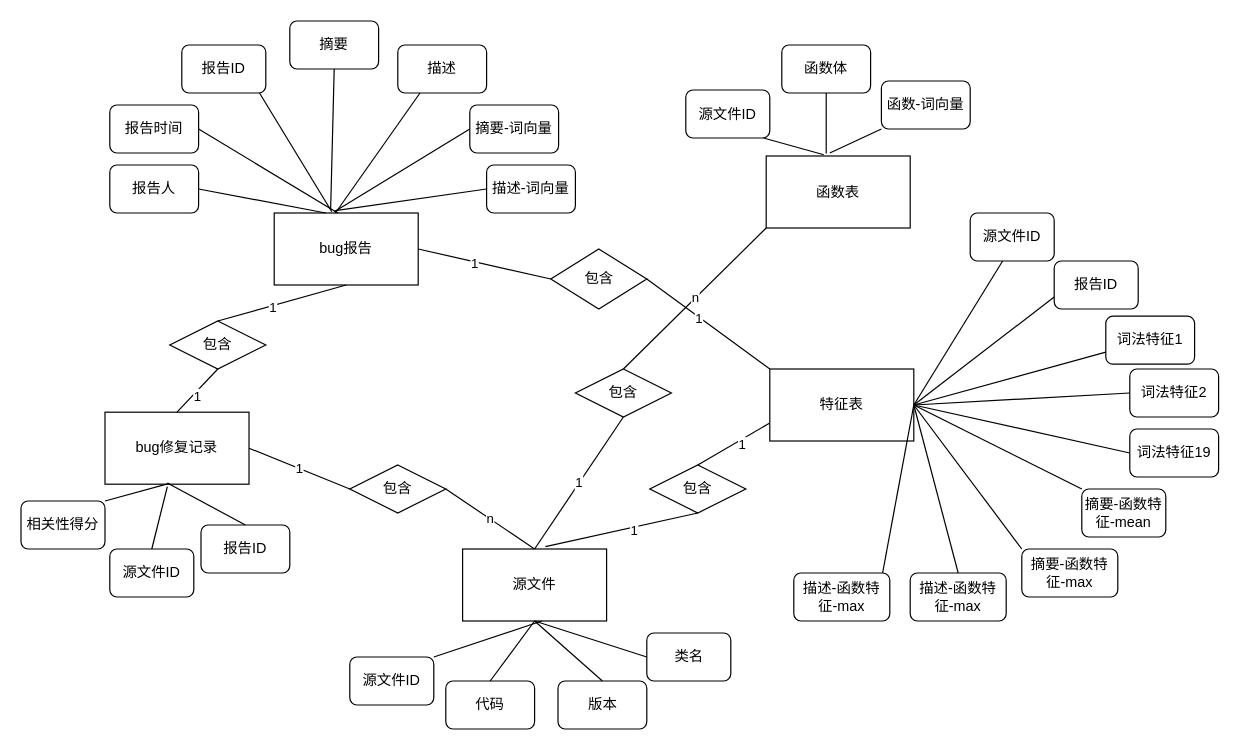
This is E-R.drawio from hangdj/BERT-PLI-IJCAI2020, a draw.io file, before an edit. Source tidied: cells renumbered, new cells numbered last; positions are measured from the earlier drawing's top-left corner, leaving out a move shared by most shapes. Both pictures are drawn from the tidied source at 120%, with x=0, y=0 at pixel (20, 20).
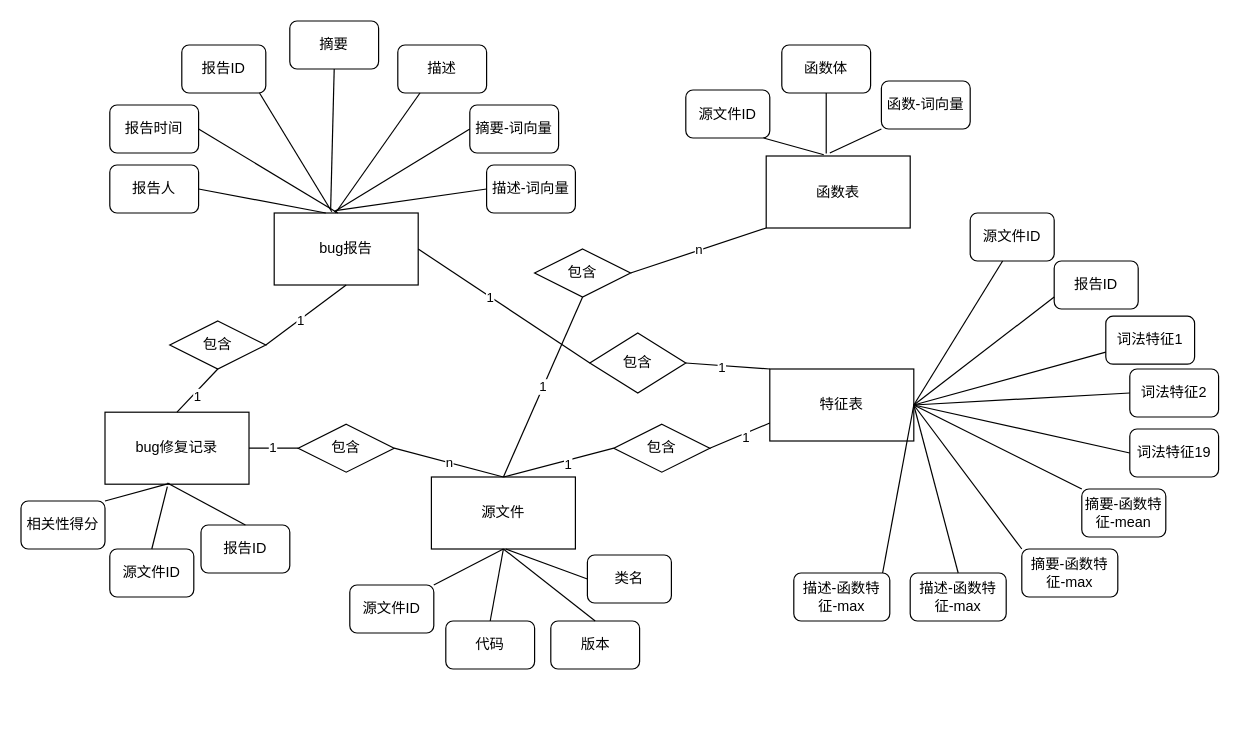
The same page after the edit.

The change refers to these unchanged cells:
```xml
<mxCell id="2" value="bug报告" style="rounded=0;whiteSpace=wrap;html=1;" parent="1" vertex="1">
  <mxGeometry x="211" y="160" width="120" height="60" as="geometry" />
</mxCell>
<mxCell id="19" value="函数表" style="rounded=0;whiteSpace=wrap;html=1;" parent="1" vertex="1">
  <mxGeometry x="621" y="112.5" width="120" height="60" as="geometry" />
</mxCell>
<mxCell id="24" value="特征表" style="rounded=0;whiteSpace=wrap;html=1;" parent="1" vertex="1">
  <mxGeometry x="624" y="290" width="120" height="60" as="geometry" />
</mxCell>
<mxCell id="53" value="包含" style="rhombus;whiteSpace=wrap;html=1;" parent="1" vertex="1">
  <mxGeometry x="124" y="250" width="80" height="40" as="geometry" />
</mxCell>
```

Change to the diagram source:
```diff
@@
     <mxCell id="9" value="源文件" style="rounded=0;whiteSpace=wrap;html=1;" parent="1" vertex="1">
-      <mxGeometry x="368" y="440" width="120" height="60" as="geometry" />
+      <mxGeometry x="342" y="380" width="120" height="60" as="geometry" />
     </mxCell>
     <mxCell id="10" value="源文件ID" style="rounded=1;whiteSpace=wrap;html=1;" parent="1" vertex="1">
-      <mxGeometry x="274" y="530" width="70" height="40" as="geometry" />
+      <mxGeometry x="274" y="470" width="70" height="40" as="geometry" />
     </mxCell>
     <mxCell id="11" value="代码" style="rounded=1;whiteSpace=wrap;html=1;" parent="1" vertex="1">
-      <mxGeometry x="354" y="550" width="74" height="40" as="geometry" />
+      <mxGeometry x="354" y="500" width="74" height="40" as="geometry" />
     </mxCell>
-    <mxCell id="12" style="endArrow=none;html=1;rounded=0;exitX=1;exitY=0;exitDx=0;exitDy=0;" parent="1" edge="1" source="10">
-      <mxGeometry relative="1" as="geometry">
-        <mxPoint x="434" y="500" as="targetPoint" />
-      </mxGeometry>
+    <mxCell id="12" style="endArrow=none;html=1;rounded=0;exitX=1;exitY=0;exitDx=0;exitDy=0;entryX=0.5;entryY=1;entryDx=0;entryDy=0;" parent="1" edge="1" source="10" target="9">
+      <mxGeometry relative="1" as="geometry" />
     </mxCell>
@@
     <mxCell id="30" value="版本" style="rounded=1;whiteSpace=wrap;html=1;" parent="1" vertex="1">
-      <mxGeometry x="447.5" y="550" width="74" height="40" as="geometry" />
+      <mxGeometry x="441.5" y="500" width="74" height="40" as="geometry" />
     </mxCell>
@@
     <mxCell id="38" value="类名" style="rounded=1;whiteSpace=wrap;html=1;" parent="1" vertex="1">
-      <mxGeometry x="521.5" y="510" width="70" height="40" as="geometry" />
+      <mxGeometry x="472" y="445" width="70" height="40" as="geometry" />
     </mxCell>
@@
     <mxCell id="46" style="endArrow=none;html=1;rounded=0;entryX=0;entryY=0.5;entryDx=0;entryDy=0;" parent="1" edge="1" target="38">
       <mxGeometry relative="1" as="geometry">
-        <mxPoint x="428" y="500" as="sourcePoint" />
+        <mxPoint x="404" y="440" as="sourcePoint" />
       </mxGeometry>
     </mxCell>
@@
     <mxCell id="50" value="包含" style="rhombus;whiteSpace=wrap;html=1;" parent="1" vertex="1">
-      <mxGeometry x="524" y="370" width="80" height="40" as="geometry" />
+      <mxGeometry x="494" y="336" width="80" height="40" as="geometry" />
     </mxCell>
-    <mxCell id="51" style="endArrow=none;html=1;rounded=0;entryX=0.5;entryY=1;entryDx=0;entryDy=0;exitX=0.575;exitY=-0.033;exitDx=0;exitDy=0;exitPerimeter=0;" parent="1" edge="1" source="9" target="50">
-      <mxGeometry relative="1" as="geometry" />
+    <mxCell id="51" style="endArrow=none;html=1;rounded=0;entryX=0;entryY=0.5;entryDx=0;entryDy=0;" parent="1" edge="1" target="50">
+      <mxGeometry relative="1" as="geometry">
+        <mxPoint x="402" y="380" as="sourcePoint" />
+      </mxGeometry>
     </mxCell>
@@
-    <mxCell id="54" style="endArrow=none;html=1;rounded=0;exitX=0.5;exitY=1;exitDx=0;exitDy=0;entryX=0.5;entryY=0;entryDx=0;entryDy=0;" parent="1" edge="1" source="2" target="53">
+    <mxCell id="54" style="endArrow=none;html=1;rounded=0;exitX=0.5;exitY=1;exitDx=0;exitDy=0;entryX=1;entryY=0.5;entryDx=0;entryDy=0;" parent="1" edge="1" source="2" target="53">
       <mxGeometry relative="1" as="geometry" />
     </mxCell>
@@
     <mxCell id="56" value="包含" style="rhombus;whiteSpace=wrap;html=1;" parent="1" vertex="1">
-      <mxGeometry x="274" y="370" width="80" height="40" as="geometry" />
+      <mxGeometry x="231" y="336" width="80" height="40" as="geometry" />
     </mxCell>
@@
-    <mxCell id="71" style="endArrow=none;html=1;rounded=0;entryX=0;entryY=0.75;entryDx=0;entryDy=0;exitX=0.5;exitY=0;exitDx=0;exitDy=0;" parent="1" edge="1" source="50" target="24">
+    <mxCell id="71" style="endArrow=none;html=1;rounded=0;entryX=0;entryY=0.75;entryDx=0;entryDy=0;exitX=1;exitY=0.5;exitDx=0;exitDy=0;" parent="1" edge="1" source="50" target="24">
       <mxGeometry relative="1" as="geometry" />
     </mxCell>
@@
     <mxCell id="73" value="包含" style="rhombus;whiteSpace=wrap;html=1;" parent="1" vertex="1">
-      <mxGeometry x="462" y="290" width="80" height="40" as="geometry" />
+      <mxGeometry x="428" y="190" width="80" height="40" as="geometry" />
     </mxCell>
-    <mxCell id="74" value="n" style="endArrow=none;html=1;rounded=0;entryX=0;entryY=1;entryDx=0;entryDy=0;exitX=0.5;exitY=0;exitDx=0;exitDy=0;" parent="1" edge="1" source="73" target="19">
+    <mxCell id="74" value="n" style="endArrow=none;html=1;rounded=0;entryX=0;entryY=1;entryDx=0;entryDy=0;exitX=1;exitY=0.5;exitDx=0;exitDy=0;" parent="1" edge="1" source="73" target="19">
       <mxGeometry relative="1" as="geometry" />
     </mxCell>
@@
     <mxCell id="76" value="包含" style="rhombus;whiteSpace=wrap;html=1;" parent="1" vertex="1">
-      <mxGeometry x="441.5" y="190" width="80" height="50" as="geometry" />
+      <mxGeometry x="474" y="260" width="80" height="50" as="geometry" />
     </mxCell>
```
